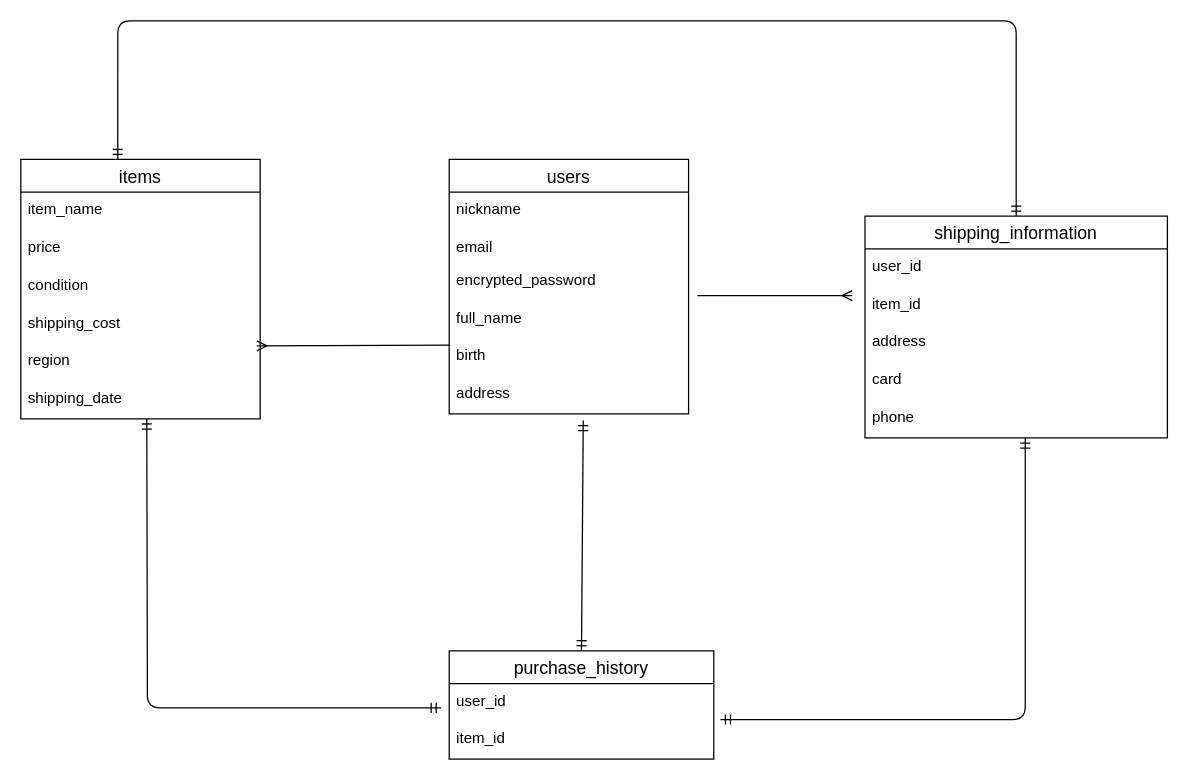
The draw.io diagram test.dio in yamacode2013/furima-39750, before the edit. Source tidied: cells renumbered, new cells numbered last; positions are measured from the earlier drawing's top-left corner, leaving out a move shared by most shapes. Both pictures are drawn from the tidied source at 126%, with x=0, y=0 at pixel (20, 20).
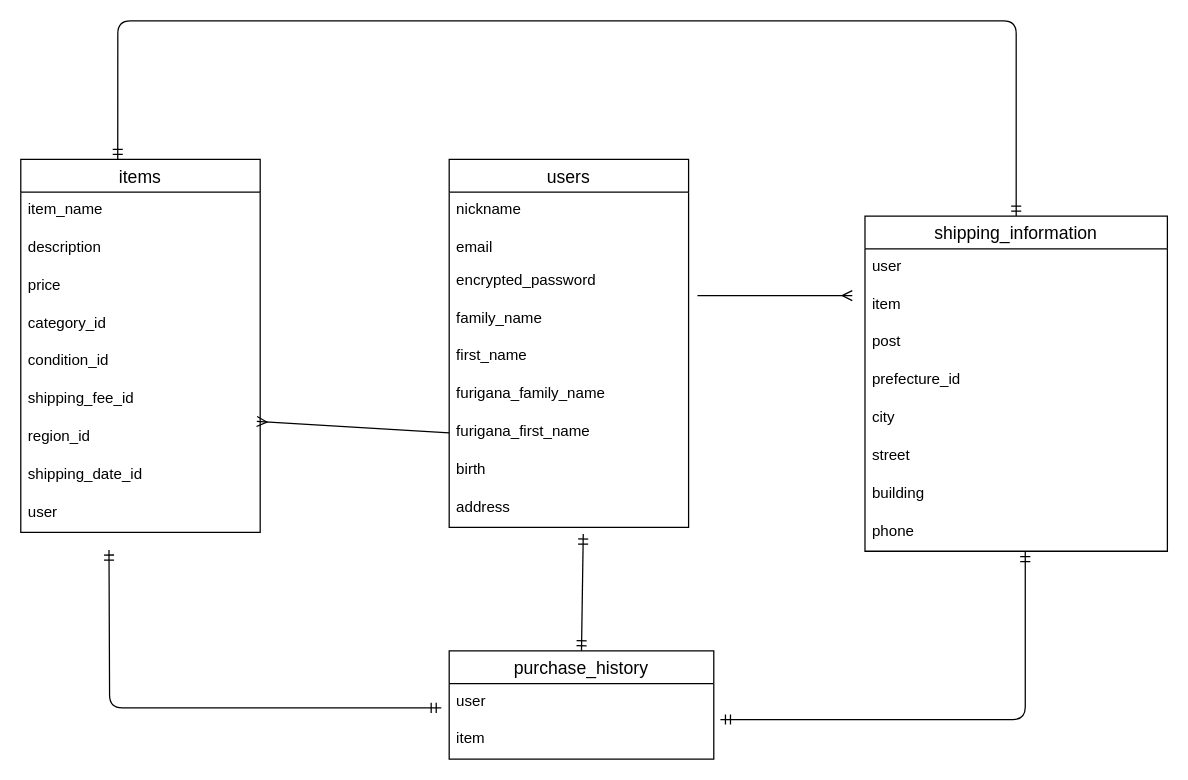
After the change.

Unchanged cells that the change refers to:
```xml
<mxCell id="16" value="purchase_history" style="swimlane;fontStyle=0;horizontal=1;startSize=26;align=center;fontSize=14;" parent="1" vertex="1">
  <mxGeometry x="340" y="500" width="210" height="86" as="geometry" />
</mxCell>
```

Diff of the diagram source:
```diff
@@
     <mxCell id="2" value="users" style="swimlane;fontStyle=0;horizontal=1;startSize=26;align=center;fontSize=14;" parent="1" vertex="1">
-      <mxGeometry x="340" y="110" width="190" height="202" as="geometry" />
+      <mxGeometry x="340" y="110" width="190" height="292" as="geometry" />
     </mxCell>
@@
-    <mxCell id="6" value="full_name" style="text;strokeColor=none;fillColor=none;spacingLeft=4;spacingRight=4;overflow=hidden;points=[[0,0.5],[1,0.5]];portConstraint=eastwest;fontSize=12;" parent="2" vertex="1">
+    <mxCell id="6" value="family_name" style="text;strokeColor=none;fillColor=none;spacingLeft=4;spacingRight=4;overflow=hidden;points=[[0,0.5],[1,0.5]];portConstraint=eastwest;fontSize=12;" parent="2" vertex="1">
       <mxGeometry y="112" width="190" height="30" as="geometry" />
     </mxCell>
+    <mxCell id="31" value="first_name" style="text;strokeColor=none;fillColor=none;spacingLeft=4;spacingRight=4;overflow=hidden;fontSize=12;" parent="2" vertex="1">
+      <mxGeometry y="142" width="190" height="30" as="geometry" />
+    </mxCell>
+    <mxCell id="32" value="furigana_family_name" style="text;strokeColor=none;fillColor=none;spacingLeft=4;spacingRight=4;overflow=hidden;fontSize=12;" parent="2" vertex="1">
+      <mxGeometry y="172" width="190" height="30" as="geometry" />
+    </mxCell>
+    <mxCell id="33" value="furigana_first_name" style="text;strokeColor=none;fillColor=none;spacingLeft=4;spacingRight=4;overflow=hidden;points=[[0,0.5],[1,0.5]];portConstraint=eastwest;fontSize=12;" parent="2" vertex="1">
+      <mxGeometry y="202" width="190" height="30" as="geometry" />
+    </mxCell>
     <mxCell id="7" value="birth" style="text;strokeColor=none;fillColor=none;spacingLeft=4;spacingRight=4;overflow=hidden;points=[[0,0.5],[1,0.5]];portConstraint=eastwest;fontSize=12;" parent="2" vertex="1">
-      <mxGeometry y="142" width="190" height="30" as="geometry" />
+      <mxGeometry y="232" width="190" height="30" as="geometry" />
     </mxCell>
     <mxCell id="8" value="address" style="text;strokeColor=none;fillColor=none;spacingLeft=4;spacingRight=4;overflow=hidden;points=[[0,0.5],[1,0.5]];portConstraint=eastwest;fontSize=12;" parent="2" vertex="1">
-      <mxGeometry y="172" width="190" height="30" as="geometry" />
+      <mxGeometry y="262" width="190" height="30" as="geometry" />
     </mxCell>
     <mxCell id="9" value="items" style="swimlane;fontStyle=0;horizontal=1;startSize=26;align=center;fontSize=14;" parent="1" vertex="1">
-      <mxGeometry y="110" width="190" height="206" as="geometry" />
+      <mxGeometry y="110" width="190" height="296" as="geometry" />
     </mxCell>
@@
+    <mxCell id="34" value="description" style="text;strokeColor=none;fillColor=none;spacingLeft=4;spacingRight=4;overflow=hidden;fontSize=12;" parent="9" vertex="1">
+      <mxGeometry y="56" width="190" height="30" as="geometry" />
+    </mxCell>
     <mxCell id="11" value="price" style="text;strokeColor=none;fillColor=none;spacingLeft=4;spacingRight=4;overflow=hidden;fontSize=12;" parent="9" vertex="1">
-      <mxGeometry y="56" width="190" height="30" as="geometry" />
+      <mxGeometry y="86" width="190" height="30" as="geometry" />
     </mxCell>
+    <mxCell id="35" value="category_id" style="text;strokeColor=none;fillColor=none;spacingLeft=4;spacingRight=4;overflow=hidden;fontSize=12;" parent="9" vertex="1">
+      <mxGeometry y="116" width="190" height="30" as="geometry" />
+    </mxCell>
-    <mxCell id="12" value="condition&#10;" style="text;strokeColor=none;fillColor=none;spacingLeft=4;spacingRight=4;overflow=hidden;fontSize=12;" parent="9" vertex="1">
-      <mxGeometry y="86" width="190" height="30" as="geometry" />
+    <mxCell id="12" value="condition_id" style="text;strokeColor=none;fillColor=none;spacingLeft=4;spacingRight=4;overflow=hidden;fontSize=12;" parent="9" vertex="1">
+      <mxGeometry y="146" width="190" height="30" as="geometry" />
     </mxCell>
-    <mxCell id="13" value="shipping_cost" style="text;strokeColor=none;fillColor=none;spacingLeft=4;spacingRight=4;overflow=hidden;fontSize=12;" parent="9" vertex="1">
-      <mxGeometry y="116" width="190" height="30" as="geometry" />
+    <mxCell id="13" value="shipping_fee_id" style="text;strokeColor=none;fillColor=none;spacingLeft=4;spacingRight=4;overflow=hidden;fontSize=12;" parent="9" vertex="1">
+      <mxGeometry y="176" width="190" height="30" as="geometry" />
     </mxCell>
-    <mxCell id="14" value="region&#10;" style="text;strokeColor=none;fillColor=none;spacingLeft=4;spacingRight=4;overflow=hidden;points=[[0,0.5],[1,0.5]];portConstraint=eastwest;fontSize=12;" parent="9" vertex="1">
-      <mxGeometry y="146" width="190" height="30" as="geometry" />
+    <mxCell id="14" value="region_id" style="text;strokeColor=none;fillColor=none;spacingLeft=4;spacingRight=4;overflow=hidden;points=[[0,0.5],[1,0.5]];portConstraint=eastwest;fontSize=12;" parent="9" vertex="1">
+      <mxGeometry y="206" width="190" height="30" as="geometry" />
     </mxCell>
-    <mxCell id="15" value="shipping_date" style="text;strokeColor=none;fillColor=none;spacingLeft=4;spacingRight=4;overflow=hidden;fontSize=12;" parent="9" vertex="1">
-      <mxGeometry y="176" width="190" height="30" as="geometry" />
+    <mxCell id="15" value="shipping_date_id" style="text;strokeColor=none;fillColor=none;spacingLeft=4;spacingRight=4;overflow=hidden;fontSize=12;" parent="9" vertex="1">
+      <mxGeometry y="236" width="190" height="30" as="geometry" />
     </mxCell>
+    <mxCell id="36" value="user" style="text;strokeColor=none;fillColor=none;spacingLeft=4;spacingRight=4;overflow=hidden;fontSize=12;" parent="9" vertex="1">
+      <mxGeometry y="266" width="190" height="30" as="geometry" />
+    </mxCell>
@@
-    <mxCell id="17" value="user_id" style="text;strokeColor=none;fillColor=none;spacingLeft=4;spacingRight=4;overflow=hidden;points=[[0,0.5],[1,0.5]];portConstraint=eastwest;fontSize=12;" parent="16" vertex="1">
+    <mxCell id="17" value="user" style="text;strokeColor=none;fillColor=none;spacingLeft=4;spacingRight=4;overflow=hidden;points=[[0,0.5],[1,0.5]];portConstraint=eastwest;fontSize=12;" parent="16" vertex="1">
       <mxGeometry y="26" width="210" height="30" as="geometry" />
     </mxCell>
-    <mxCell id="18" value="item_id" style="text;strokeColor=none;fillColor=none;spacingLeft=4;spacingRight=4;overflow=hidden;points=[[0,0.5],[1,0.5]];portConstraint=eastwest;fontSize=12;" parent="16" vertex="1">
+    <mxCell id="18" value="item" style="text;strokeColor=none;fillColor=none;spacingLeft=4;spacingRight=4;overflow=hidden;points=[[0,0.5],[1,0.5]];portConstraint=eastwest;fontSize=12;" parent="16" vertex="1">
       <mxGeometry y="56" width="210" height="30" as="geometry" />
     </mxCell>
     <mxCell id="19" value="shipping_information" style="swimlane;fontStyle=0;horizontal=1;startSize=26;align=center;fontSize=14;" parent="1" vertex="1">
-      <mxGeometry x="670" y="155" width="240" height="176" as="geometry" />
+      <mxGeometry x="670" y="155" width="240" height="266" as="geometry" />
     </mxCell>
-    <mxCell id="20" value="user_id" style="text;strokeColor=none;fillColor=none;spacingLeft=4;spacingRight=4;overflow=hidden;fontSize=12;" parent="19" vertex="1">
+    <mxCell id="20" value="user" style="text;strokeColor=none;fillColor=none;spacingLeft=4;spacingRight=4;overflow=hidden;fontSize=12;" parent="19" vertex="1">
       <mxGeometry y="26" width="240" height="30" as="geometry" />
     </mxCell>
-    <mxCell id="21" value="item_id" style="text;strokeColor=none;fillColor=none;spacingLeft=4;spacingRight=4;overflow=hidden;points=[[0,0.5],[1,0.5]];portConstraint=eastwest;fontSize=12;" parent="19" vertex="1">
+    <mxCell id="21" value="item" style="text;strokeColor=none;fillColor=none;spacingLeft=4;spacingRight=4;overflow=hidden;points=[[0,0.5],[1,0.5]];portConstraint=eastwest;fontSize=12;" parent="19" vertex="1">
       <mxGeometry y="56" width="240" height="30" as="geometry" />
     </mxCell>
+    <mxCell id="37" value="post" style="text;strokeColor=none;fillColor=none;spacingLeft=4;spacingRight=4;overflow=hidden;fontSize=12;" parent="19" vertex="1">
+      <mxGeometry y="86" width="240" height="30" as="geometry" />
+    </mxCell>
+    <mxCell id="38" value="prefecture_id" style="text;strokeColor=none;fillColor=none;spacingLeft=4;spacingRight=4;overflow=hidden;fontSize=12;" parent="19" vertex="1">
+      <mxGeometry y="116" width="240" height="30" as="geometry" />
+    </mxCell>
-    <mxCell id="22" value="address" style="text;strokeColor=none;fillColor=none;spacingLeft=4;spacingRight=4;overflow=hidden;fontSize=12;" parent="19" vertex="1">
-      <mxGeometry y="86" width="240" height="30" as="geometry" />
+    <mxCell id="22" value="city" style="text;strokeColor=none;fillColor=none;spacingLeft=4;spacingRight=4;overflow=hidden;fontSize=12;" parent="19" vertex="1">
+      <mxGeometry y="146" width="240" height="30" as="geometry" />
     </mxCell>
+    <mxCell id="39" value="street" style="text;strokeColor=none;fillColor=none;spacingLeft=4;spacingRight=4;overflow=hidden;fontSize=12;" parent="19" vertex="1">
+      <mxGeometry y="176" width="240" height="30" as="geometry" />
+    </mxCell>
-    <mxCell id="23" value="card" style="text;strokeColor=none;fillColor=none;spacingLeft=4;spacingRight=4;overflow=hidden;fontSize=12;" parent="19" vertex="1">
-      <mxGeometry y="116" width="240" height="30" as="geometry" />
+    <mxCell id="23" value="building" style="text;strokeColor=none;fillColor=none;spacingLeft=4;spacingRight=4;overflow=hidden;fontSize=12;" parent="19" vertex="1">
+      <mxGeometry y="206" width="240" height="30" as="geometry" />
     </mxCell>
     <mxCell id="24" value="phone" style="text;strokeColor=none;fillColor=none;spacingLeft=4;spacingRight=4;overflow=hidden;points=[[0,0.5],[1,0.5]];portConstraint=eastwest;fontSize=12;" parent="19" vertex="1">
-      <mxGeometry y="146" width="240" height="30" as="geometry" />
+      <mxGeometry y="236" width="240" height="30" as="geometry" />
     </mxCell>
-    <mxCell id="25" style="fontSize=12;html=1;endArrow=ERmany;exitX=0.004;exitY=0.178;exitDx=0;exitDy=0;exitPerimeter=0;entryX=0.986;entryY=0.067;entryDx=0;entryDy=0;entryPerimeter=0;" parent="1" edge="1" source="7" target="14">
+    <mxCell id="25" style="fontSize=12;html=1;endArrow=ERmany;exitX=0;exitY=0.5;exitDx=0;exitDy=0;entryX=0.986;entryY=0.067;entryDx=0;entryDy=0;entryPerimeter=0;" parent="1" edge="1" source="33" target="14">
       <mxGeometry relative="1" as="geometry" />
     </mxCell>
@@
     <mxCell id="30" style="edgeStyle=orthogonalEdgeStyle;fontSize=12;html=1;endArrow=ERmandOne;startArrow=ERmandOne;exitX=-0.03;exitY=0.644;exitDx=0;exitDy=0;exitPerimeter=0;" parent="1" edge="1" source="17">
       <mxGeometry relative="1" as="geometry">
-        <mxPoint x="100" y="316" as="targetPoint" />
+        <mxPoint x="70" y="420" as="targetPoint" />
       </mxGeometry>
     </mxCell>
```
